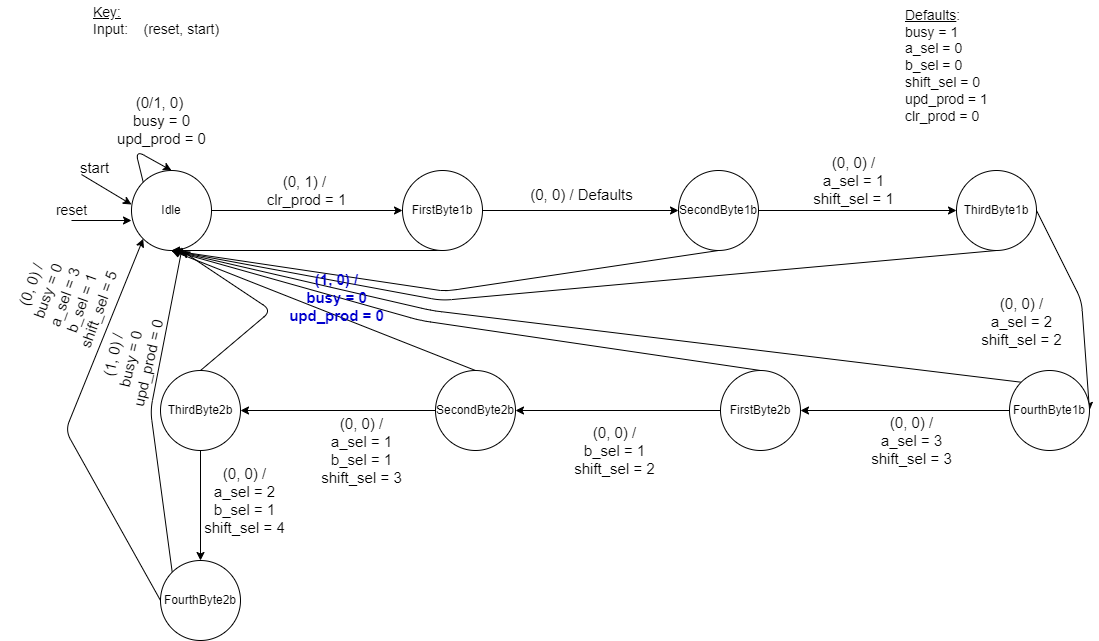
The draw.io diagram 2.1Diagram.png in s-griffith/DigitalSystemsSimulation2, before a commit. Source tidied: cells renumbered, new cells last; positions are measured from the earlier drawing's top-left corner, leaving out a move shared by most shapes.
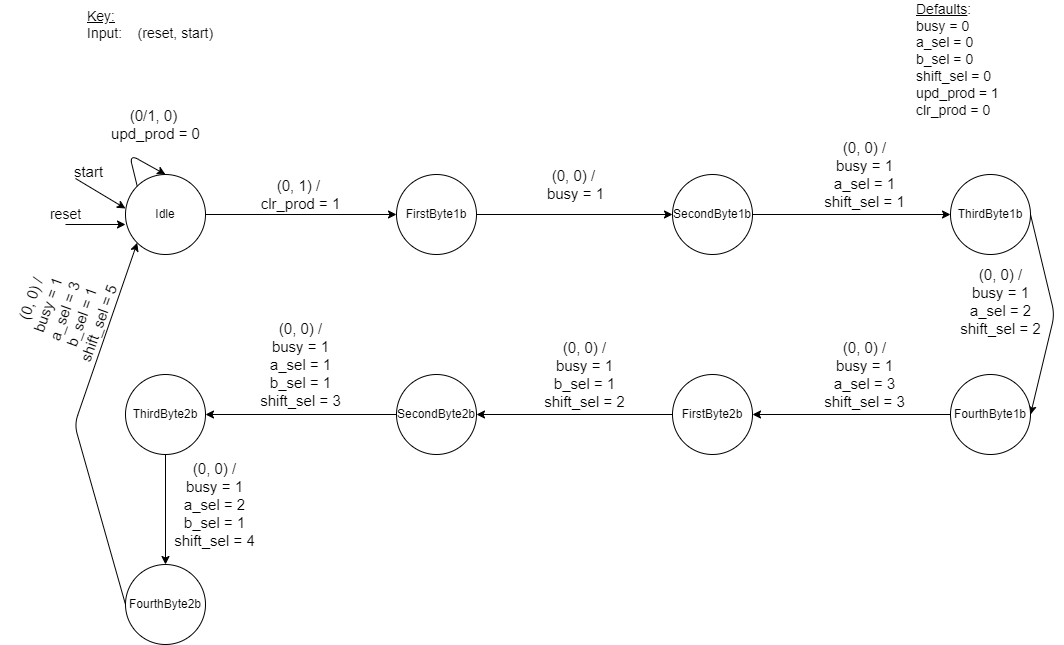
Later version of the same file.

Change to the diagram source:
```diff
@@ -8,20 +8,12 @@
     <mxCell id="3" value="Idle" style="ellipse;whiteSpace=wrap;html=1;" parent="1" vertex="1">
       <mxGeometry x="117" y="170" width="80" height="80" as="geometry" />
     </mxCell>
-    <mxCell id="4" style="edgeStyle=none;html=1;exitX=0.5;exitY=1;exitDx=0;exitDy=0;entryX=0.5;entryY=1;entryDx=0;entryDy=0;" parent="1" edge="1" source="6" target="3">
-      <mxGeometry relative="1" as="geometry" />
-    </mxCell>
     <mxCell id="5" style="edgeStyle=none;html=1;exitX=1;exitY=0.5;exitDx=0;exitDy=0;entryX=0;entryY=0.5;entryDx=0;entryDy=0;" parent="1" edge="1" source="6" target="9">
       <mxGeometry relative="1" as="geometry" />
     </mxCell>
     <mxCell id="6" value="FirstByte1b" style="ellipse;whiteSpace=wrap;html=1;" parent="1" vertex="1">
       <mxGeometry x="388" y="170" width="80" height="80" as="geometry" />
     </mxCell>
-    <mxCell id="7" style="edgeStyle=none;html=1;exitX=0.5;exitY=1;exitDx=0;exitDy=0;entryX=0.5;entryY=1;entryDx=0;entryDy=0;startArrow=none;" parent="1" edge="1" target="3">
-      <mxGeometry relative="1" as="geometry">
-        <mxPoint x="426" y="290" as="sourcePoint" />
-      </mxGeometry>
-    </mxCell>
     <mxCell id="8" style="edgeStyle=none;html=1;exitX=1;exitY=0.5;exitDx=0;exitDy=0;entryX=0;entryY=0.5;entryDx=0;entryDy=0;" parent="1" edge="1" source="9" target="12">
       <mxGeometry relative="1" as="geometry" />
     </mxCell>
@@ -31,55 +23,30 @@
     <mxCell id="10" style="edgeStyle=none;html=1;exitX=1;exitY=0.5;exitDx=0;exitDy=0;entryX=1;entryY=0.5;entryDx=0;entryDy=0;" parent="1" edge="1" source="12" target="32">
       <mxGeometry relative="1" as="geometry">
         <Array as="points">
-          <mxPoint x="1067" y="300" />
+          <mxPoint x="1046" y="310" />
         </Array>
       </mxGeometry>
     </mxCell>
-    <mxCell id="11" style="edgeStyle=none;html=1;exitX=0.5;exitY=1;exitDx=0;exitDy=0;entryX=0.5;entryY=1;entryDx=0;entryDy=0;fontSize=15;fontColor=#0000CC;" parent="1" edge="1" source="12" target="3">
-      <mxGeometry relative="1" as="geometry">
-        <Array as="points">
-          <mxPoint x="427" y="300" />
-        </Array>
-      </mxGeometry>
-    </mxCell>
     <mxCell id="12" value="ThirdByte1b" style="ellipse;whiteSpace=wrap;html=1;" parent="1" vertex="1">
       <mxGeometry x="942" y="170" width="80" height="80" as="geometry" />
     </mxCell>
     <mxCell id="13" style="edgeStyle=none;html=1;exitX=0.5;exitY=1;exitDx=0;exitDy=0;" parent="1" edge="1" source="15" target="39">
       <mxGeometry relative="1" as="geometry" />
     </mxCell>
-    <mxCell id="14" style="edgeStyle=none;html=1;exitX=0.5;exitY=0;exitDx=0;exitDy=0;fontSize=15;fontColor=#0000CC;" parent="1" edge="1" source="15">
-      <mxGeometry relative="1" as="geometry">
-        <mxPoint x="167" y="250" as="targetPoint" />
-        <Array as="points">
-          <mxPoint x="257" y="310" />
-        </Array>
-      </mxGeometry>
-    </mxCell>
     <mxCell id="15" value="ThirdByte2b" style="ellipse;whiteSpace=wrap;html=1;" parent="1" vertex="1">
-      <mxGeometry x="146" y="370" width="80" height="80" as="geometry" />
+      <mxGeometry x="117" y="370" width="80" height="80" as="geometry" />
     </mxCell>
-    <mxCell id="16" style="edgeStyle=none;html=1;exitX=0.5;exitY=0;exitDx=0;exitDy=0;entryX=0.5;entryY=1;entryDx=0;entryDy=0;" parent="1" edge="1" source="18" target="3">
-      <mxGeometry relative="1" as="geometry" />
-    </mxCell>
     <mxCell id="17" style="edgeStyle=none;html=1;exitX=0;exitY=0.5;exitDx=0;exitDy=0;entryX=1;entryY=0.5;entryDx=0;entryDy=0;" parent="1" edge="1" source="18" target="15">
       <mxGeometry relative="1" as="geometry" />
     </mxCell>
     <mxCell id="18" value="SecondByte2b" style="ellipse;whiteSpace=wrap;html=1;" parent="1" vertex="1">
-      <mxGeometry x="421" y="370" width="80" height="80" as="geometry" />
+      <mxGeometry x="388" y="370" width="80" height="80" as="geometry" />
     </mxCell>
-    <mxCell id="19" style="edgeStyle=none;html=1;exitX=0.5;exitY=0;exitDx=0;exitDy=0;entryX=0.5;entryY=1;entryDx=0;entryDy=0;" parent="1" edge="1" source="21" target="3">
-      <mxGeometry relative="1" as="geometry">
-        <Array as="points">
-          <mxPoint x="406" y="320" />
-        </Array>
-      </mxGeometry>
-    </mxCell>
     <mxCell id="20" style="edgeStyle=none;html=1;exitX=0;exitY=0.5;exitDx=0;exitDy=0;entryX=1;entryY=0.5;entryDx=0;entryDy=0;" parent="1" edge="1" source="21" target="18">
       <mxGeometry relative="1" as="geometry" />
     </mxCell>
     <mxCell id="21" value="FirstByte2b" style="ellipse;whiteSpace=wrap;html=1;" parent="1" vertex="1">
-      <mxGeometry x="706" y="370" width="80" height="80" as="geometry" />
+      <mxGeometry x="664" y="370" width="80" height="80" as="geometry" />
     </mxCell>
     <mxCell id="22" style="endArrow=classic;html=1;" parent="1" edge="1">
       <mxGeometry relative="1" as="geometry">
@@ -97,82 +64,54 @@
         </Array>
       </mxGeometry>
     </mxCell>
-    <mxCell id="25" value="(0/1, 0)&amp;nbsp;&lt;br&gt;busy = 0&lt;br&gt;upd_prod = 0" style="text;html=1;align=center;verticalAlign=middle;strokeColor=none;fillColor=none;fontSize=15;" parent="1" vertex="1">
-      <mxGeometry x="97" y="90" width="100" height="60" as="geometry" />
+    <mxCell id="25" value="(0/1, 0)&amp;nbsp;&lt;br&gt;upd_prod = 0" style="text;html=1;align=center;verticalAlign=middle;strokeColor=none;fillColor=none;fontSize=15;" parent="1" vertex="1">
+      <mxGeometry x="97" y="100" width="100" height="40" as="geometry" />
     </mxCell>
     <mxCell id="26" value="(0, 1) /&amp;nbsp;&lt;br&gt;clr_prod = 1" style="text;html=1;align=center;verticalAlign=middle;strokeColor=none;fillColor=none;fontSize=15;" parent="1" vertex="1">
       <mxGeometry x="242" y="170" width="100" height="40" as="geometry" />
     </mxCell>
-    <mxCell id="27" value="(0, 0) / Defaults" style="text;html=1;align=center;verticalAlign=middle;strokeColor=none;fillColor=none;fontSize=15;" parent="1" vertex="1">
-      <mxGeometry x="507" y="184" width="120" height="20" as="geometry" />
+    <mxCell id="27" value="(0, 0) /&amp;nbsp;&lt;br&gt;busy = 1" style="text;html=1;align=center;verticalAlign=middle;strokeColor=none;fillColor=none;fontSize=15;" parent="1" vertex="1">
+      <mxGeometry x="532" y="160" width="70" height="40" as="geometry" />
     </mxCell>
-    <mxCell id="28" value="(0, 0) /&lt;br&gt;a_sel = 1&lt;br&gt;shift_sel = 1" style="text;html=1;align=center;verticalAlign=middle;strokeColor=none;fillColor=none;fontSize=15;" parent="1" vertex="1">
-      <mxGeometry x="789" y="150" width="100" height="60" as="geometry" />
+    <mxCell id="28" value="(0, 0) /&lt;br&gt;busy = 1&lt;br&gt;a_sel = 1&lt;br&gt;shift_sel = 1" style="text;html=1;align=center;verticalAlign=middle;strokeColor=none;fillColor=none;fontSize=15;" parent="1" vertex="1">
+      <mxGeometry x="806" y="130" width="100" height="80" as="geometry" />
     </mxCell>
-    <mxCell id="29" style="edgeStyle=none;html=1;exitX=0.5;exitY=1;exitDx=0;exitDy=0;entryX=0.5;entryY=1;entryDx=0;entryDy=0;endArrow=none;" parent="1" edge="1" source="9">
-      <mxGeometry relative="1" as="geometry">
-        <mxPoint x="426" y="290" as="targetPoint" />
-        <Array as="points">
-          <mxPoint x="436" y="290" />
-        </Array>
-      </mxGeometry>
-    </mxCell>
     <mxCell id="30" style="edgeStyle=none;html=1;exitX=0;exitY=0.5;exitDx=0;exitDy=0;entryX=1;entryY=0.5;entryDx=0;entryDy=0;" parent="1" edge="1" source="32" target="21">
       <mxGeometry relative="1" as="geometry" />
     </mxCell>
-    <mxCell id="31" style="edgeStyle=none;html=1;exitX=0;exitY=0;exitDx=0;exitDy=0;entryX=0.5;entryY=1;entryDx=0;entryDy=0;fontSize=15;fontColor=#0000CC;" parent="1" edge="1" source="32" target="3">
-      <mxGeometry relative="1" as="geometry">
-        <Array as="points">
-          <mxPoint x="417" y="310" />
-        </Array>
-      </mxGeometry>
-    </mxCell>
     <mxCell id="32" value="FourthByte1b" style="ellipse;whiteSpace=wrap;html=1;" parent="1" vertex="1">
-      <mxGeometry x="995" y="370" width="80" height="80" as="geometry" />
+      <mxGeometry x="942" y="370" width="80" height="80" as="geometry" />
     </mxCell>
-    <mxCell id="33" value="(0, 0) /&lt;br&gt;a_sel = 2&lt;br&gt;shift_sel = 2" style="text;html=1;align=center;verticalAlign=middle;strokeColor=none;fillColor=none;fontSize=15;" parent="1" vertex="1">
-      <mxGeometry x="957" y="291" width="100" height="60" as="geometry" />
+    <mxCell id="33" value="(0, 0) /&lt;br&gt;busy = 1&lt;br&gt;a_sel = 2&lt;br&gt;shift_sel = 2" style="text;html=1;align=center;verticalAlign=middle;strokeColor=none;fillColor=none;fontSize=15;" parent="1" vertex="1">
+      <mxGeometry x="942" y="257" width="100" height="80" as="geometry" />
     </mxCell>
-    <mxCell id="34" value="(0, 0) /&lt;br&gt;a_sel = 3&lt;br&gt;shift_sel = 3" style="text;html=1;align=center;verticalAlign=middle;strokeColor=none;fillColor=none;fontSize=15;" parent="1" vertex="1">
-      <mxGeometry x="847" y="410" width="100" height="60" as="geometry" />
+    <mxCell id="34" value="(0, 0) /&lt;br&gt;busy = 1&lt;br&gt;a_sel = 3&lt;br&gt;shift_sel = 3" style="text;html=1;align=center;verticalAlign=middle;strokeColor=none;fillColor=none;fontSize=15;" parent="1" vertex="1">
+      <mxGeometry x="806" y="330" width="100" height="80" as="geometry" />
     </mxCell>
-    <mxCell id="35" value="(0, 0) /&lt;br&gt;b_sel = 1&lt;br&gt;shift_sel = 2" style="text;html=1;align=center;verticalAlign=middle;strokeColor=none;fillColor=none;fontSize=15;" parent="1" vertex="1">
-      <mxGeometry x="550" y="420" width="100" height="60" as="geometry" />
+    <mxCell id="35" value="(0, 0) /&lt;br&gt;busy = 1&lt;br&gt;b_sel = 1&lt;br&gt;shift_sel = 2" style="text;html=1;align=center;verticalAlign=middle;strokeColor=none;fillColor=none;fontSize=15;" parent="1" vertex="1">
+      <mxGeometry x="526" y="330" width="100" height="80" as="geometry" />
     </mxCell>
-    <mxCell id="36" value="(0, 0) /&lt;br&gt;a_sel = 1&lt;br&gt;b_sel = 1&lt;br&gt;shift_sel = 3" style="text;html=1;align=center;verticalAlign=middle;strokeColor=none;fillColor=none;fontSize=15;" parent="1" vertex="1">
-      <mxGeometry x="297" y="410" width="100" height="80" as="geometry" />
+    <mxCell id="36" value="(0, 0) /&lt;br&gt;busy = 1&lt;br&gt;a_sel = 1&lt;br&gt;b_sel = 1&lt;br&gt;shift_sel = 3" style="text;html=1;align=center;verticalAlign=middle;strokeColor=none;fillColor=none;fontSize=15;" parent="1" vertex="1">
+      <mxGeometry x="242" y="310" width="100" height="100" as="geometry" />
     </mxCell>
-    <mxCell id="37" style="edgeStyle=none;html=1;exitX=0;exitY=0;exitDx=0;exitDy=0;entryX=0.635;entryY=0.957;entryDx=0;entryDy=0;entryPerimeter=0;" parent="1" edge="1" source="39" target="3">
-      <mxGeometry relative="1" as="geometry">
-        <Array as="points">
-          <mxPoint x="136" y="410" />
-        </Array>
-      </mxGeometry>
-    </mxCell>
     <mxCell id="38" style="edgeStyle=none;html=1;exitX=0;exitY=0.5;exitDx=0;exitDy=0;entryX=0;entryY=1;entryDx=0;entryDy=0;" parent="1" edge="1" source="39" target="3">
       <mxGeometry relative="1" as="geometry">
         <Array as="points">
-          <mxPoint x="51" y="430" />
+          <mxPoint x="66" y="420" />
         </Array>
       </mxGeometry>
     </mxCell>
     <mxCell id="39" value="FourthByte2b" style="ellipse;whiteSpace=wrap;html=1;" parent="1" vertex="1">
-      <mxGeometry x="146" y="560" width="80" height="80" as="geometry" />
+      <mxGeometry x="117" y="560" width="80" height="80" as="geometry" />
     </mxCell>
-    <mxCell id="40" value="(0, 0) /&lt;br&gt;a_sel = 2&lt;br&gt;b_sel = 1&lt;br&gt;shift_sel = 4" style="text;html=1;align=center;verticalAlign=middle;strokeColor=none;fillColor=none;fontSize=15;" parent="1" vertex="1">
-      <mxGeometry x="180" y="460" width="100" height="80" as="geometry" />
+    <mxCell id="40" value="(0, 0) /&lt;br&gt;busy = 1&lt;br&gt;a_sel = 2&lt;br&gt;b_sel = 1&lt;br&gt;shift_sel = 4" style="text;html=1;align=center;verticalAlign=middle;strokeColor=none;fillColor=none;fontSize=15;" parent="1" vertex="1">
+      <mxGeometry x="156" y="450" width="100" height="100" as="geometry" />
     </mxCell>
-    <mxCell id="41" value="(0, 0) /&lt;br&gt;busy = 0&lt;br&gt;a_sel = 3&lt;br&gt;b_sel = 1&lt;br&gt;shift_sel = 5" style="text;html=1;align=center;verticalAlign=middle;strokeColor=none;fillColor=none;rotation=-70;fontSize=15;" parent="1" vertex="1">
-      <mxGeometry y="247" width="100" height="100" as="geometry" />
+    <mxCell id="41" value="(0, 0) /&lt;br&gt;busy = 1&lt;br&gt;a_sel = 3&lt;br&gt;b_sel = 1&lt;br&gt;shift_sel = 5" style="text;html=1;align=center;verticalAlign=middle;strokeColor=none;fillColor=none;rotation=-70;fontSize=15;" parent="1" vertex="1">
+      <mxGeometry x="6" y="257" width="100" height="100" as="geometry" />
     </mxCell>
-    <mxCell id="42" value="(1, 0) /&lt;br&gt;busy = 0&lt;br&gt;upd_prod = 0" style="text;html=1;align=center;verticalAlign=middle;strokeColor=none;fillColor=none;rotation=283;fontSize=15;" parent="1" vertex="1">
-      <mxGeometry x="66" y="329" width="100" height="60" as="geometry" />
-    </mxCell>
-    <mxCell id="43" value="(1, 0) /&lt;br&gt;busy = 0&lt;br&gt;upd_prod = 0" style="text;html=1;align=center;verticalAlign=middle;strokeColor=none;fontColor=#0000CC;fontStyle=1;fontSize=15;" parent="1" vertex="1">
-      <mxGeometry x="267" y="267" width="110" height="60" as="geometry" />
-    </mxCell>
-    <mxCell id="44" value="&lt;font style=&quot;font-size: 14px&quot;&gt;&lt;u&gt;Defaults&lt;/u&gt;:&lt;br&gt;busy = 1&lt;br&gt;a_sel = 0&lt;br&gt;b_sel = 0&lt;br&gt;shift_sel = 0&lt;br&gt;upd_prod = 1&lt;br&gt;clr_prod = 0&lt;/font&gt;" style="text;html=1;align=left;verticalAlign=middle;strokeColor=none;fillColor=none;" parent="1" vertex="1">
-      <mxGeometry x="889" y="10" width="100" height="110" as="geometry" />
+    <mxCell id="44" value="&lt;font style=&quot;font-size: 14px&quot;&gt;&lt;u&gt;Defaults&lt;/u&gt;:&lt;br&gt;busy = 0&lt;br&gt;a_sel = 0&lt;br&gt;b_sel = 0&lt;br&gt;shift_sel = 0&lt;br&gt;upd_prod = 1&lt;br&gt;clr_prod = 0&lt;/font&gt;" style="text;html=1;align=left;verticalAlign=middle;strokeColor=none;fillColor=none;" parent="1" vertex="1">
+      <mxGeometry x="906" width="100" height="110" as="geometry" />
     </mxCell>
     <mxCell id="45" value="&lt;u&gt;Key:&lt;/u&gt;&lt;br&gt;&lt;div&gt;&lt;span&gt;Input:&amp;nbsp; &amp;nbsp; (reset, start)&lt;/span&gt;&lt;/div&gt;" style="text;html=1;align=left;verticalAlign=middle;strokeColor=none;fillColor=none;fontSize=14;" parent="1" vertex="1">
       <mxGeometry x="77" width="140" height="40" as="geometry" />
```
